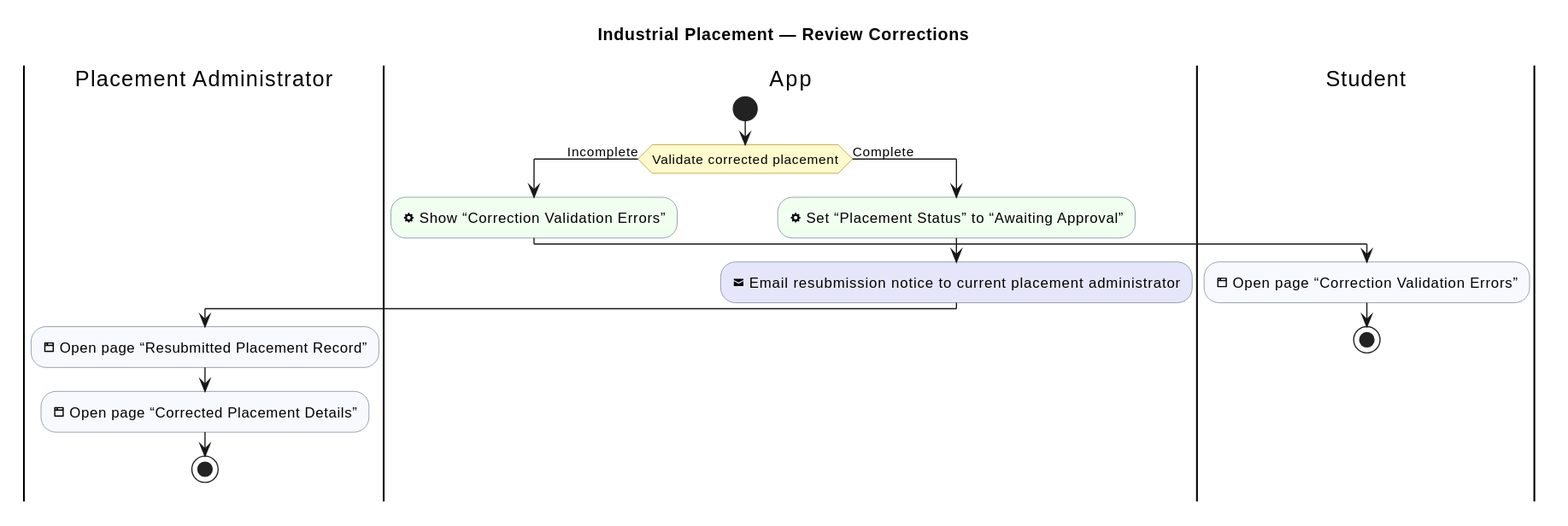
sdflkjssl/sdflkjssl.github.io keeps this PlantUML diagram as industrial-placement-group-project/diagrams/industrial-placement/correction-validation.svg. Above is the earlier version.
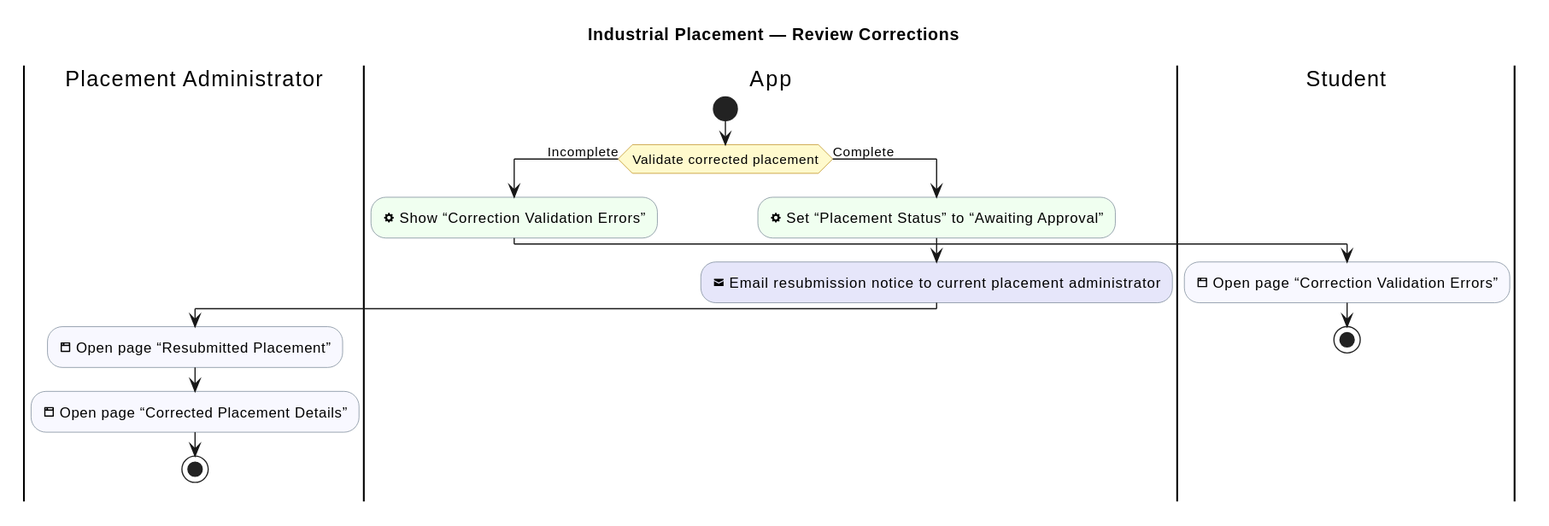
After the change.

Change to the diagram source:
```diff
@@ -23,7 +23,7 @@
   :<&cog> Set “Placement Status” to “Awaiting Approval”; <<#HoneyDew>>
   :<&envelope-closed> Email resubmission notice to current placement administrator; <<#Lavender>>
   |Placement Administrator|
-  :<&browser> Open page “Resubmitted Placement Record”; <<#GhostWhite>>
+  :<&browser> Open page “Resubmitted Placement”; <<#GhostWhite>>
   :<&browser> Open page “Corrected Placement Details”; <<#GhostWhite>>
   stop
 endif
```
